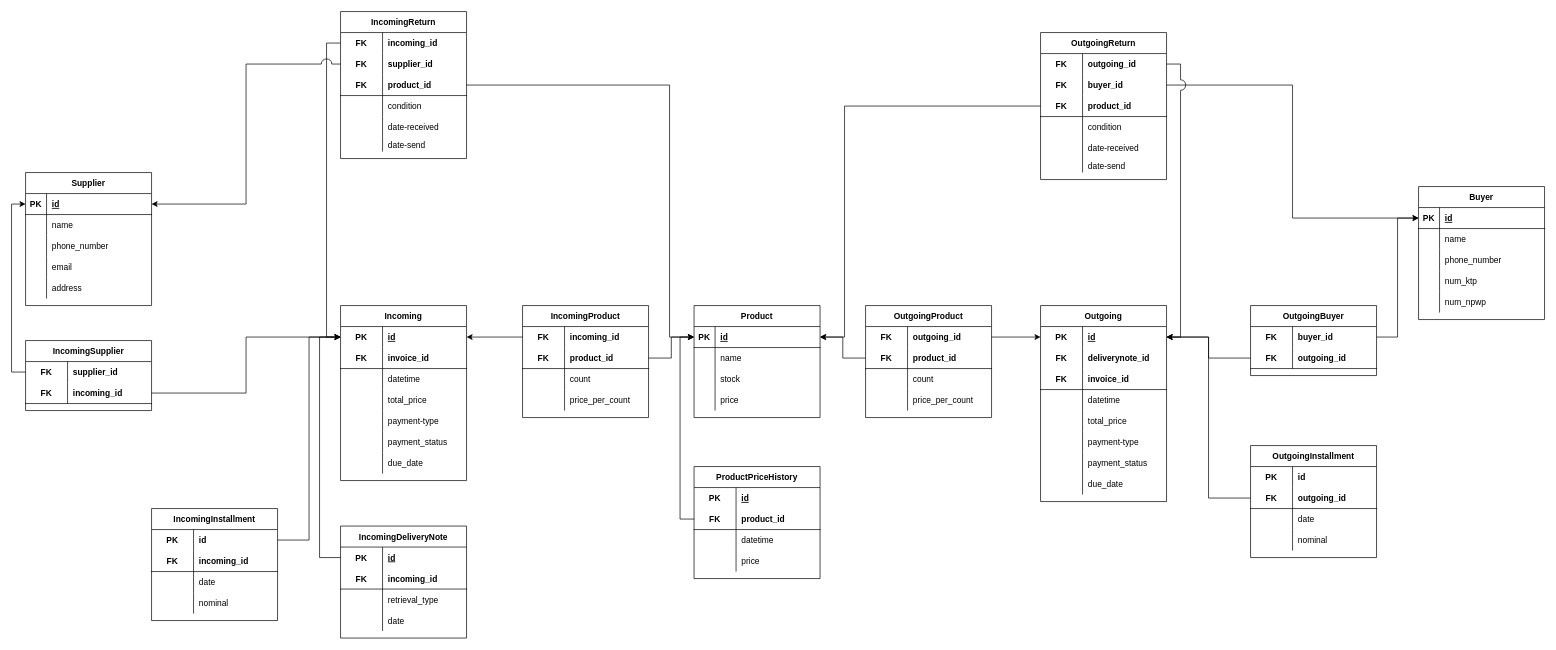
shandygunawan/InventoryStore keeps this draw.io diagram as docs/Relational Model.drawio. Above is the earlier version. Source tidied: cells renumbered, new cells numbered last; positions are measured from the earlier drawing's top-left corner, leaving out a move shared by most shapes. Both pictures are drawn from the tidied source at 70%, with x=0, y=0 at pixel (25, 11).
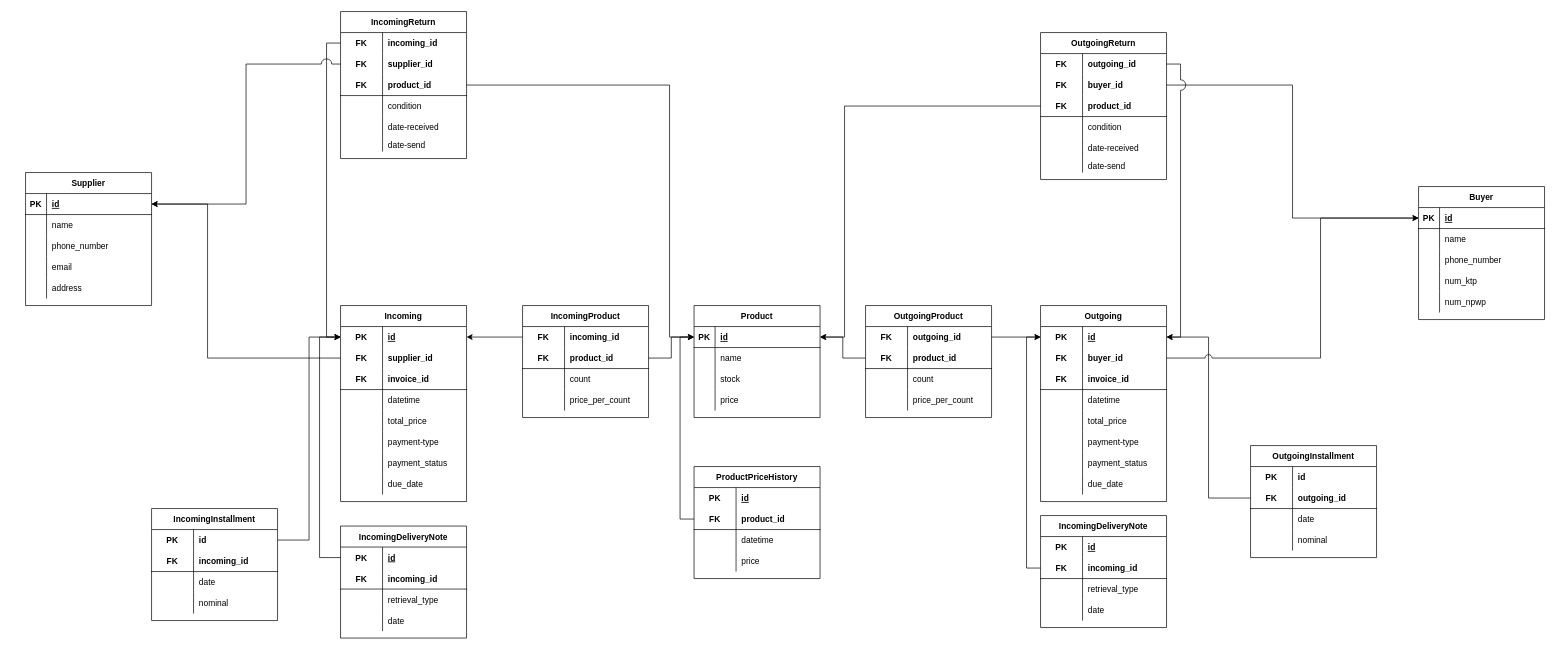
The same diagram, later.

The change refers to these unchanged cells:
```xml
<mxCell id="16" style="shape=partialRectangle;fillColor=none;top=0;left=0;bottom=0;right=0;points=[[0,0.5],[1,0.5]];portConstraint=eastwest;" parent="15" vertex="1">
  <mxGeometry y="30" width="180" height="30" as="geometry" />
</mxCell>
<mxCell id="38" style="shape=partialRectangle;fillColor=none;top=0;left=0;bottom=1;right=0;points=[[0,0.5],[1,0.5]];portConstraint=eastwest;" parent="37" vertex="1">
  <mxGeometry y="30" width="180" height="30" as="geometry" />
</mxCell>
<mxCell id="114" style="shape=partialRectangle;fillColor=none;top=0;left=0;bottom=0;right=0;points=[[0,0.5],[1,0.5]];portConstraint=eastwest;" parent="113" vertex="1">
  <mxGeometry y="30" width="180" height="30" as="geometry" />
</mxCell>
<mxCell id="117" style="shape=partialRectangle;fillColor=none;top=0;left=0;bottom=0;right=0;points=[[0,0.5],[1,0.5]];portConstraint=eastwest;" parent="113" vertex="1">
  <mxGeometry y="60" width="180" height="30" as="geometry" />
</mxCell>
<mxCell id="148" style="shape=partialRectangle;fillColor=none;top=0;left=0;bottom=1;right=0;points=[[0,0.5],[1,0.5]];portConstraint=eastwest;" parent="147" vertex="1">
  <mxGeometry y="30" width="180" height="30" as="geometry" />
</mxCell>
```

Diff of the diagram source:
```diff
@@
     <mxCell id="15" value="Incoming" style="shape=table;startSize=30;childLayout=tableLayout;rowLines=0;fontStyle=1;align=center;" parent="1" vertex="1">
-      <mxGeometry x="450" y="420" width="180" height="250" as="geometry" />
+      <mxGeometry x="450" y="420" width="180" height="280" as="geometry" />
     </mxCell>
@@
+    <mxCell id="242" style="shape=partialRectangle;fillColor=none;top=0;left=0;bottom=0;right=0;points=[[0,0.5],[1,0.5]];portConstraint=eastwest;" parent="15" vertex="1">
+      <mxGeometry y="60" width="180" height="30" as="geometry" />
+    </mxCell>
+    <mxCell id="243" value="FK" style="shape=partialRectangle;fillColor=none;top=0;left=0;bottom=0;right=0;fontStyle=1;overflow=hidden;" parent="242" vertex="1">
+      <mxGeometry width="60" height="30" as="geometry" />
+    </mxCell>
+    <mxCell id="56" value="supplier_id" style="shape=partialRectangle;fillColor=none;top=0;left=0;bottom=0;right=0;align=left;spacingLeft=6;fontStyle=1;overflow=hidden;" parent="242" vertex="1">
+      <mxGeometry x="60" width="120" height="30" as="geometry" />
+    </mxCell>
     <mxCell id="19" style="shape=partialRectangle;fillColor=none;top=0;left=0;bottom=1;right=0;" parent="15" vertex="1">
-      <mxGeometry y="60" width="180" height="30" as="geometry" />
+      <mxGeometry y="90" width="180" height="30" as="geometry" />
     </mxCell>
@@
     <mxCell id="22" style="shape=partialRectangle;fillColor=none;top=0;left=0;bottom=0;right=0;" parent="15" vertex="1">
-      <mxGeometry y="90" width="180" height="30" as="geometry" />
+      <mxGeometry y="120" width="180" height="30" as="geometry" />
     </mxCell>
@@
     <mxCell id="25" style="shape=partialRectangle;fillColor=none;top=0;left=0;bottom=0;right=0;" parent="15" vertex="1">
-      <mxGeometry y="120" width="180" height="30" as="geometry" />
+      <mxGeometry y="150" width="180" height="30" as="geometry" />
     </mxCell>
@@
     <mxCell id="28" style="shape=partialRectangle;fillColor=none;top=0;left=0;bottom=0;right=0;" parent="15" vertex="1">
-      <mxGeometry y="150" width="180" height="30" as="geometry" />
+      <mxGeometry y="180" width="180" height="30" as="geometry" />
     </mxCell>
@@
     <mxCell id="31" style="shape=partialRectangle;fillColor=none;top=0;left=0;bottom=0;right=0;" parent="15" vertex="1">
-      <mxGeometry y="180" width="180" height="30" as="geometry" />
+      <mxGeometry y="210" width="180" height="30" as="geometry" />
     </mxCell>
@@
     <mxCell id="34" style="shape=partialRectangle;fillColor=none;top=0;left=0;bottom=0;right=0;" parent="15" vertex="1">
-      <mxGeometry y="210" width="180" height="30" as="geometry" />
+      <mxGeometry y="240" width="180" height="30" as="geometry" />
     </mxCell>
@@
-    <mxCell id="53" value="IncomingSupplier" style="shape=table;startSize=30;childLayout=tableLayout;rowLines=0;fontStyle=1;align=center;" parent="1" vertex="1">
-      <mxGeometry y="470" width="180" height="100" as="geometry" />
-    </mxCell>
-    <mxCell id="54" style="shape=partialRectangle;fillColor=none;top=0;left=0;bottom=0;right=0;points=[[0,0.5],[1,0.5]];portConstraint=eastwest;" parent="53" vertex="1">
-      <mxGeometry y="30" width="180" height="30" as="geometry" />
-    </mxCell>
-    <mxCell id="55" value="FK" style="shape=partialRectangle;fillColor=none;top=0;left=0;bottom=0;right=0;fontStyle=1;overflow=hidden;" parent="54" vertex="1">
-      <mxGeometry width="60" height="30" as="geometry" />
-    </mxCell>
-    <mxCell id="56" value="supplier_id" style="shape=partialRectangle;fillColor=none;top=0;left=0;bottom=0;right=0;align=left;spacingLeft=6;fontStyle=1;overflow=hidden;" parent="54" vertex="1">
-      <mxGeometry x="60" width="120" height="30" as="geometry" />
-    </mxCell>
-    <mxCell id="57" style="shape=partialRectangle;fillColor=none;top=0;left=0;bottom=1;right=0;points=[[0,0.5],[1,0.5]];portConstraint=eastwest;" parent="53" vertex="1">
-      <mxGeometry y="60" width="180" height="30" as="geometry" />
-    </mxCell>
-    <mxCell id="58" value="FK" style="shape=partialRectangle;fillColor=none;top=0;left=0;bottom=0;right=0;fontStyle=1;overflow=hidden;" parent="57" vertex="1">
-      <mxGeometry width="60" height="30" as="geometry" />
-    </mxCell>
-    <mxCell id="59" value="incoming_id" style="shape=partialRectangle;fillColor=none;top=0;left=0;bottom=0;right=0;align=left;spacingLeft=6;fontStyle=1;overflow=hidden;" parent="57" vertex="1">
-      <mxGeometry x="60" width="120" height="30" as="geometry" />
-    </mxCell>
-    <mxCell id="60" style="edgeStyle=orthogonalEdgeStyle;rounded=0;jumpStyle=arc;jumpSize=15;jettySize=auto;html=1;entryX=0;entryY=0.5;entryDx=0;entryDy=0;" parent="1" edge="1" source="54" target="38">
-      <mxGeometry relative="1" as="geometry" />
-    </mxCell>
-    <mxCell id="61" style="edgeStyle=orthogonalEdgeStyle;rounded=0;jumpStyle=arc;jumpSize=15;jettySize=auto;html=1;entryX=0;entryY=0.5;entryDx=0;entryDy=0;" parent="1" edge="1" source="57" target="16">
-      <mxGeometry relative="1" as="geometry" />
-    </mxCell>
@@
-    <mxCell id="119" value="deliverynote_id" style="shape=partialRectangle;fillColor=none;top=0;left=0;bottom=0;right=0;align=left;spacingLeft=6;fontStyle=1;overflow=hidden;" parent="117" vertex="1">
+    <mxCell id="119" value="buyer_id" style="shape=partialRectangle;fillColor=none;top=0;left=0;bottom=0;right=0;align=left;spacingLeft=6;fontStyle=1;overflow=hidden;" parent="117" vertex="1">
       <mxGeometry x="60" width="120" height="30" as="geometry" />
     </mxCell>
@@
-    <mxCell id="139" value="OutgoingBuyer" style="shape=table;startSize=30;childLayout=tableLayout;rowLines=0;fontStyle=1;align=center;" parent="1" vertex="1">
-      <mxGeometry x="1750" y="420" width="180" height="100" as="geometry" />
-    </mxCell>
-    <mxCell id="140" style="shape=partialRectangle;fillColor=none;top=0;left=0;bottom=0;right=0;points=[[0,0.5],[1,0.5]];portConstraint=eastwest;" parent="139" vertex="1">
-      <mxGeometry y="30" width="180" height="30" as="geometry" />
-    </mxCell>
-    <mxCell id="141" value="FK" style="shape=partialRectangle;fillColor=none;top=0;left=0;bottom=0;right=0;fontStyle=1;overflow=hidden;" parent="140" vertex="1">
-      <mxGeometry width="60" height="30" as="geometry" />
-    </mxCell>
-    <mxCell id="142" value="buyer_id" style="shape=partialRectangle;fillColor=none;top=0;left=0;bottom=0;right=0;align=left;spacingLeft=6;fontStyle=1;overflow=hidden;" parent="140" vertex="1">
-      <mxGeometry x="60" width="120" height="30" as="geometry" />
-    </mxCell>
-    <mxCell id="143" style="shape=partialRectangle;fillColor=none;top=0;left=0;bottom=1;right=0;points=[[0,0.5],[1,0.5]];portConstraint=eastwest;" parent="139" vertex="1">
-      <mxGeometry y="60" width="180" height="30" as="geometry" />
-    </mxCell>
-    <mxCell id="144" value="FK" style="shape=partialRectangle;fillColor=none;top=0;left=0;bottom=0;right=0;fontStyle=1;overflow=hidden;" parent="143" vertex="1">
-      <mxGeometry width="60" height="30" as="geometry" />
-    </mxCell>
-    <mxCell id="145" value="outgoing_id" style="shape=partialRectangle;fillColor=none;top=0;left=0;bottom=0;right=0;align=left;spacingLeft=6;fontStyle=1;overflow=hidden;" parent="143" vertex="1">
-      <mxGeometry x="60" width="120" height="30" as="geometry" />
-    </mxCell>
-    <mxCell id="146" style="edgeStyle=orthogonalEdgeStyle;rounded=0;jumpStyle=arc;jumpSize=15;jettySize=auto;html=1;entryX=1;entryY=0.5;entryDx=0;entryDy=0;" parent="1" edge="1" source="143" target="114">
-      <mxGeometry relative="1" as="geometry" />
-    </mxCell>
@@
-    <mxCell id="163" style="edgeStyle=orthogonalEdgeStyle;rounded=0;jumpStyle=arc;jumpSize=15;jettySize=auto;html=1;entryX=0;entryY=0.5;entryDx=0;entryDy=0;" parent="1" edge="1" source="140" target="148">
-      <mxGeometry relative="1" as="geometry" />
-    </mxCell>
@@
+    <mxCell id="244" style="edgeStyle=orthogonalEdgeStyle;rounded=0;jettySize=auto;html=1;entryX=1;entryY=0.5;entryDx=0;entryDy=0;" parent="1" edge="1" source="242" target="38">
+      <mxGeometry relative="1" as="geometry">
+        <Array as="points">
+          <mxPoint x="260" y="495" />
+          <mxPoint x="260" y="275" />
+        </Array>
+      </mxGeometry>
+    </mxCell>
+    <mxCell id="245" value="IncomingDeliveryNote" style="shape=table;startSize=30;childLayout=tableLayout;rowLines=0;fontStyle=1;align=center;" parent="1" vertex="1">
+      <mxGeometry x="1450" y="720" width="180" height="160" as="geometry" />
+    </mxCell>
+    <mxCell id="246" style="shape=partialRectangle;fillColor=none;top=0;left=0;bottom=0;right=0;" parent="245" vertex="1">
+      <mxGeometry y="30" width="180" height="30" as="geometry" />
+    </mxCell>
+    <mxCell id="247" value="PK" style="shape=partialRectangle;fillColor=none;top=0;left=0;bottom=0;right=0;fontStyle=1;overflow=hidden;" parent="246" vertex="1">
+      <mxGeometry width="60" height="30" as="geometry" />
+    </mxCell>
+    <mxCell id="248" value="id" style="shape=partialRectangle;fillColor=none;top=0;left=0;bottom=0;right=0;align=left;spacingLeft=6;fontStyle=5;overflow=hidden;" parent="246" vertex="1">
+      <mxGeometry x="60" width="120" height="30" as="geometry" />
+    </mxCell>
+    <mxCell id="249" style="shape=partialRectangle;fillColor=none;top=0;left=0;bottom=1;right=0;points=[[0,0.5],[1,0.5]];portConstraint=eastwest;" parent="245" vertex="1">
+      <mxGeometry y="60" width="180" height="30" as="geometry" />
+    </mxCell>
+    <mxCell id="250" value="FK" style="shape=partialRectangle;fillColor=none;top=0;left=0;bottom=0;right=0;fontStyle=1;overflow=hidden;" parent="249" vertex="1">
+      <mxGeometry width="60" height="30" as="geometry" />
+    </mxCell>
+    <mxCell id="59" value="incoming_id" style="shape=partialRectangle;fillColor=none;top=0;left=0;bottom=0;right=0;align=left;spacingLeft=6;fontStyle=1;overflow=hidden;" parent="249" vertex="1">
+      <mxGeometry x="60" width="120" height="30" as="geometry" />
+    </mxCell>
+    <mxCell id="251" style="shape=partialRectangle;fillColor=none;top=0;left=0;bottom=0;right=0;" parent="245" vertex="1">
+      <mxGeometry y="90" width="180" height="30" as="geometry" />
+    </mxCell>
+    <mxCell id="252" style="shape=partialRectangle;fillColor=none;top=0;left=0;bottom=0;right=0;overflow=hidden;" parent="251" vertex="1">
+      <mxGeometry width="60" height="30" as="geometry" />
+    </mxCell>
+    <mxCell id="253" value="retrieval_type" style="shape=partialRectangle;fillColor=none;top=0;left=0;bottom=0;right=0;align=left;spacingLeft=6;overflow=hidden;" parent="251" vertex="1">
+      <mxGeometry x="60" width="120" height="30" as="geometry" />
+    </mxCell>
+    <mxCell id="254" style="shape=partialRectangle;fillColor=none;top=0;left=0;bottom=0;right=0;" parent="245" vertex="1">
+      <mxGeometry y="120" width="180" height="30" as="geometry" />
+    </mxCell>
+    <mxCell id="255" style="shape=partialRectangle;fillColor=none;top=0;left=0;bottom=0;right=0;overflow=hidden;" parent="254" vertex="1">
+      <mxGeometry width="60" height="30" as="geometry" />
+    </mxCell>
+    <mxCell id="256" value="date" style="shape=partialRectangle;fillColor=none;top=0;left=0;bottom=0;right=0;align=left;spacingLeft=6;overflow=hidden;" parent="254" vertex="1">
+      <mxGeometry x="60" width="120" height="30" as="geometry" />
+    </mxCell>
+    <mxCell id="257" style="edgeStyle=orthogonalEdgeStyle;rounded=0;jettySize=auto;html=1;entryX=0;entryY=0.5;entryDx=0;entryDy=0;" parent="1" edge="1" source="249" target="114">
+      <mxGeometry relative="1" as="geometry" />
+    </mxCell>
+    <mxCell id="258" style="edgeStyle=orthogonalEdgeStyle;rounded=0;jettySize=auto;html=1;entryX=0;entryY=0.5;entryDx=0;entryDy=0;jumpStyle=arc;jumpSize=10;" parent="1" edge="1" source="117" target="148">
+      <mxGeometry relative="1" as="geometry">
+        <Array as="points">
+          <mxPoint x="1850" y="495" />
+          <mxPoint x="1850" y="295" />
+        </Array>
+      </mxGeometry>
+    </mxCell>
```
